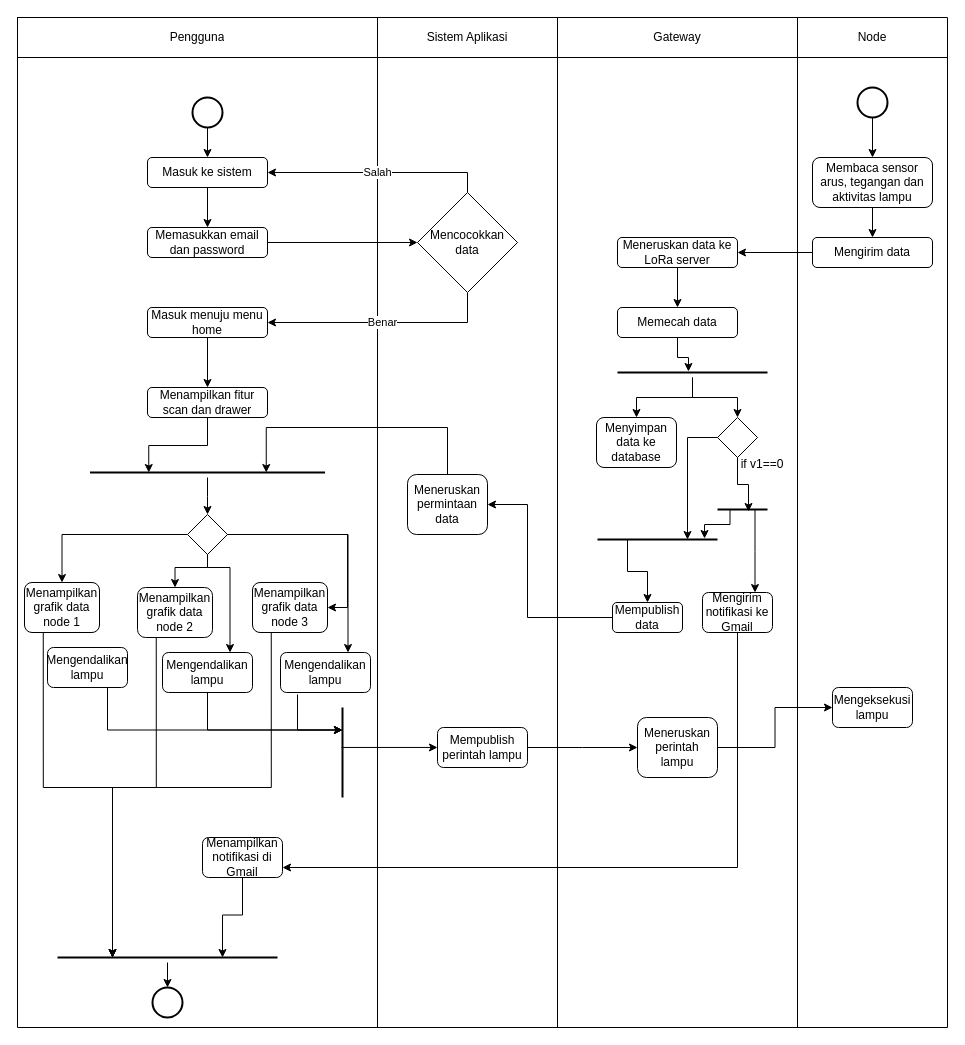
The draw.io diagram page "activity diagram" (5 of 5) of Untitled Diagram.drawio in titisnadela/MyPanel, before the edit. Source tidied: cells renumbered, new cells numbered last; positions are measured from the earlier drawing's top-left corner, leaving out a move shared by most shapes. Both pictures are drawn from the tidied source at 100%, with x=0, y=0 at pixel (17, 17).
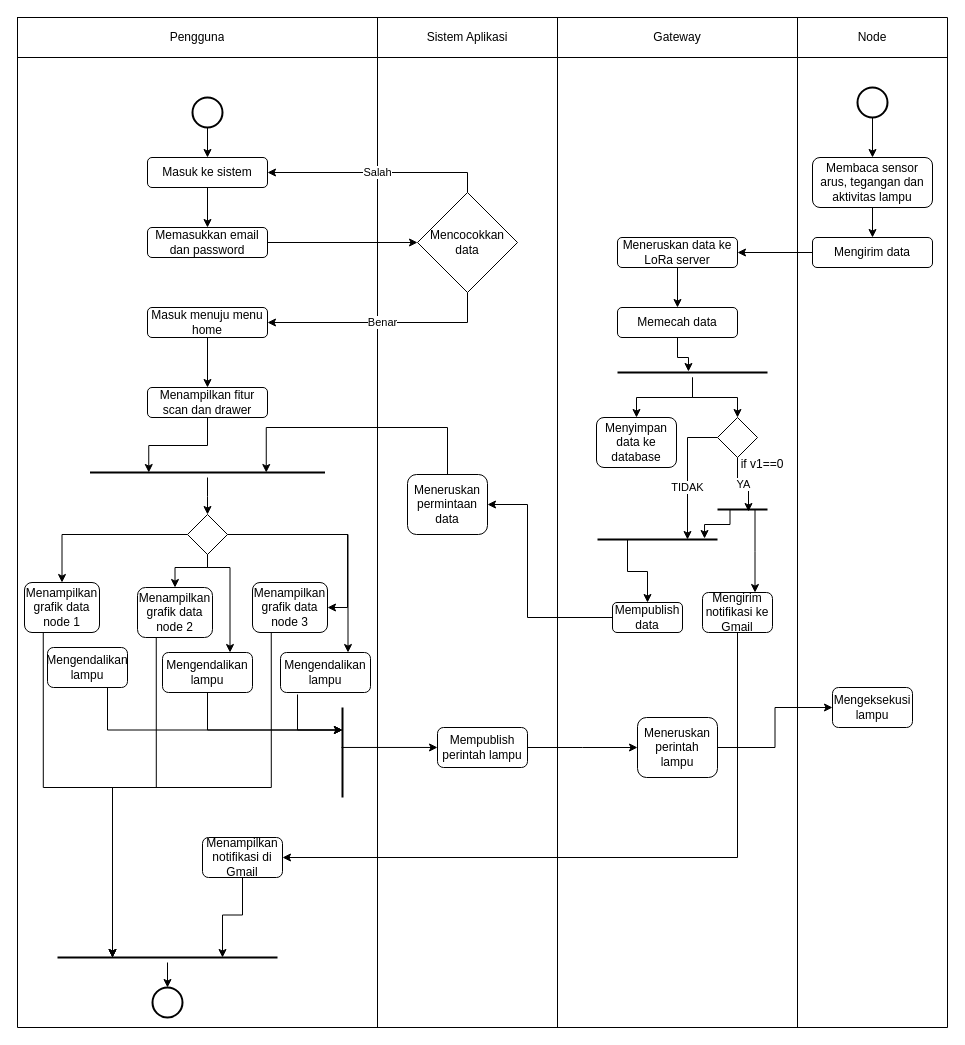
The same diagram, later.

Unchanged cells that the change refers to:
```xml
<mxCell id="42" style="rhombus;whiteSpace=wrap;html=1;" parent="1" vertex="1">
  <mxGeometry x="700" y="400" width="40" height="40" as="geometry" />
</mxCell>
<mxCell id="47" style="line;strokeWidth=2;html=1;" parent="1" vertex="1">
  <mxGeometry x="580" y="507" width="120" height="30" as="geometry" />
</mxCell>
<mxCell id="49" value="Mengirim notifikasi ke Gmail" style="rounded=1;whiteSpace=wrap;html=1;" parent="1" vertex="1">
  <mxGeometry x="685" y="575" width="70" height="40" as="geometry" />
</mxCell>
<mxCell id="51" value="Menampilkan notifikasi di Gmail" style="rounded=1;whiteSpace=wrap;html=1;" parent="1" vertex="1">
  <mxGeometry x="185" y="820" width="80" height="40" as="geometry" />
</mxCell>
<mxCell id="86" style="line;strokeWidth=2;html=1;" parent="1" vertex="1">
  <mxGeometry x="700" y="477" width="50" height="30" as="geometry" />
</mxCell>
```

Change to the diagram source:
```diff
@@
-    <mxCell id="40" style="edgeStyle=elbowEdgeStyle;rounded=0;jettySize=auto;html=1;entryX=0.75;entryY=0.5;entryDx=0;entryDy=0;entryPerimeter=0;elbow=vertical;exitX=0;exitY=0.5;exitDx=0;exitDy=0;" parent="1" edge="1" source="42" target="47">
-      <mxGeometry relative="1" as="geometry">
+    <mxCell id="40" value="TIDAK" style="edgeStyle=elbowEdgeStyle;rounded=0;jettySize=auto;html=1;entryX=0.75;entryY=0.5;entryDx=0;entryDy=0;entryPerimeter=0;elbow=vertical;exitX=0;exitY=0.5;exitDx=0;exitDy=0;" parent="1" edge="1" source="42" target="47">
+      <mxGeometry x="0.21" relative="1" as="geometry">
         <Array as="points">
           <mxPoint x="690" y="420" />
         </Array>
       </mxGeometry>
     </mxCell>
-    <mxCell id="41" style="edgeStyle=elbowEdgeStyle;rounded=0;jettySize=auto;elbow=vertical;html=1;entryX=0.62;entryY=0.567;entryDx=0;entryDy=0;entryPerimeter=0;" parent="1" edge="1" source="42" target="86">
+    <mxCell id="41" value="YA" style="edgeStyle=elbowEdgeStyle;rounded=0;jettySize=auto;elbow=vertical;html=1;entryX=0.62;entryY=0.567;entryDx=0;entryDy=0;entryPerimeter=0;" parent="1" edge="1" source="42" target="86">
       <mxGeometry relative="1" as="geometry" />
     </mxCell>
@@
-    <mxCell id="48" style="edgeStyle=elbowEdgeStyle;rounded=0;jettySize=auto;html=1;entryX=1;entryY=0.75;entryDx=0;entryDy=0;exitX=0.5;exitY=1;exitDx=0;exitDy=0;" parent="1" edge="1" source="49" target="51">
+    <mxCell id="48" style="edgeStyle=elbowEdgeStyle;rounded=0;jettySize=auto;html=1;entryX=1;entryY=0.5;entryDx=0;entryDy=0;exitX=0.5;exitY=1;exitDx=0;exitDy=0;" parent="1" edge="1" source="49" target="51">
       <mxGeometry relative="1" as="geometry">
         <Array as="points">
           <mxPoint x="720" y="740" />
         </Array>
       </mxGeometry>
     </mxCell>
```
